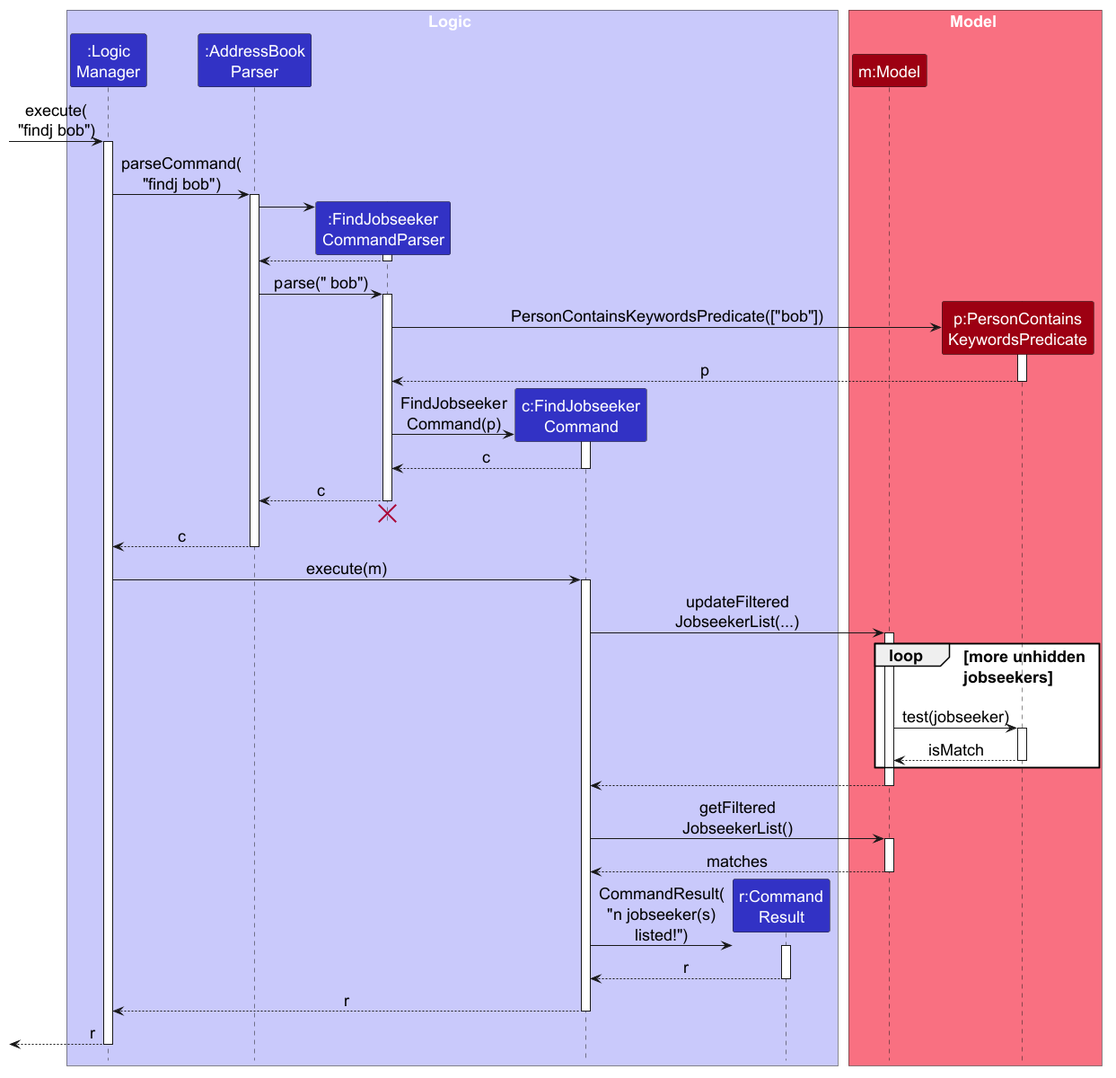
Before: docs/images/FindJobseekerSequenceDiagram.png, a diagram exported from PlantUML (AY2627S1-CS2103T-F10-4/tp).
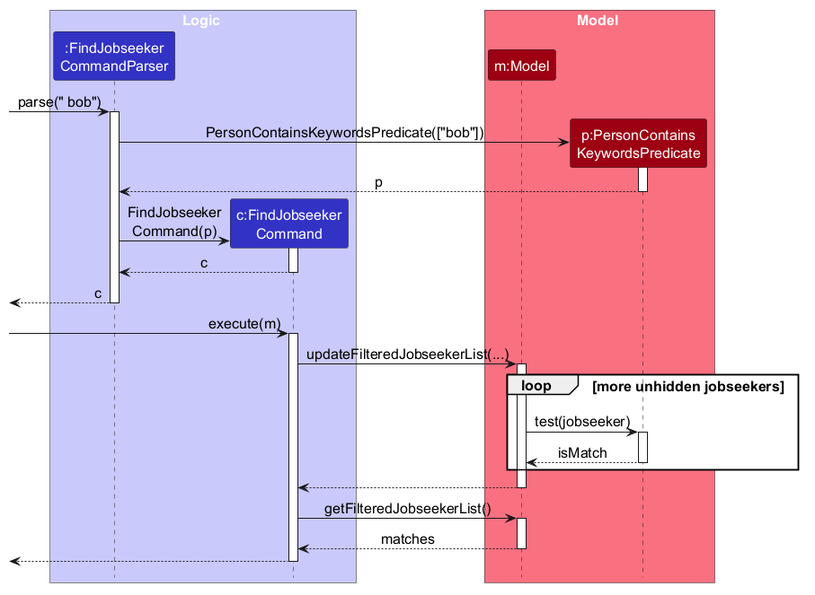
The same file after the commit.

Commit message:
Simplify FindJobseekerSequenceDiagram

Change to the diagram source:
```diff
@@ -1,14 +1,11 @@
 @startuml
 !include style.puml
 skinparam ArrowFontStyle plain
-skinparam defaultFontSize 18
+skinparam defaultFontSize 16
 
 box Logic LOGIC_COLOR_T1
-participant ":Logic\nManager" as LogicManager LOGIC_COLOR
-participant ":AddressBook\nParser" as AddressBookParser LOGIC_COLOR
 participant ":FindJobseeker\nCommandParser" as Parser LOGIC_COLOR
 participant "c:FindJobseeker\nCommand" as Command LOGIC_COLOR
-participant "r:Command\nResult" as CommandResult LOGIC_COLOR
 end box
 
 box Model MODEL_COLOR_T1
@@ -16,20 +13,7 @@
 participant "p:PersonContains\nKeywordsPredicate" as Predicate MODEL_COLOR
 end box
 
-[-> LogicManager : execute(\n"findj bob")
-activate LogicManager
-
-LogicManager -> AddressBookParser : parseCommand(\n"findj bob")
-activate AddressBookParser
-
-create Parser
-AddressBookParser -> Parser
-activate Parser
-
-Parser --> AddressBookParser
-deactivate Parser
-
-AddressBookParser -> Parser : parse(" bob")
+[-> Parser : parse(" bob")
 activate Parser
 
 create Predicate
@@ -46,21 +30,16 @@
 Command --> Parser : c
 deactivate Command
 
-Parser --> AddressBookParser : c
+[<-- Parser : c
 deactivate Parser
-Parser -[hidden]-> AddressBookParser
-destroy Parser
 
-AddressBookParser --> LogicManager : c
-deactivate AddressBookParser
-
-LogicManager -> Command : execute(m)
+[-> Command : execute(m)
 activate Command
 
-Command -> Model : updateFiltered\nJobseekerList(...)
+Command -> Model : updateFilteredJobseekerList(...)
 activate Model
 
-loop more unhidden\njobseekers
+loop more unhidden jobseekers
     Model -> Predicate : test(jobseeker)
     activate Predicate
 
@@ -71,22 +50,12 @@
 Model --> Command
 deactivate Model
 
-Command -> Model : getFiltered\nJobseekerList()
+Command -> Model : getFilteredJobseekerList()
 activate Model
 
 Model --> Command : matches
 deactivate Model
 
-create CommandResult
-Command -> CommandResult : CommandResult(\n"n jobseeker(s)\nlisted!")
-activate CommandResult
-
-CommandResult --> Command : r
-deactivate CommandResult
-
-Command --> LogicManager : r
+[<-- Command
 deactivate Command
-
-[<-- LogicManager : r
-deactivate LogicManager
 @enduml
```
